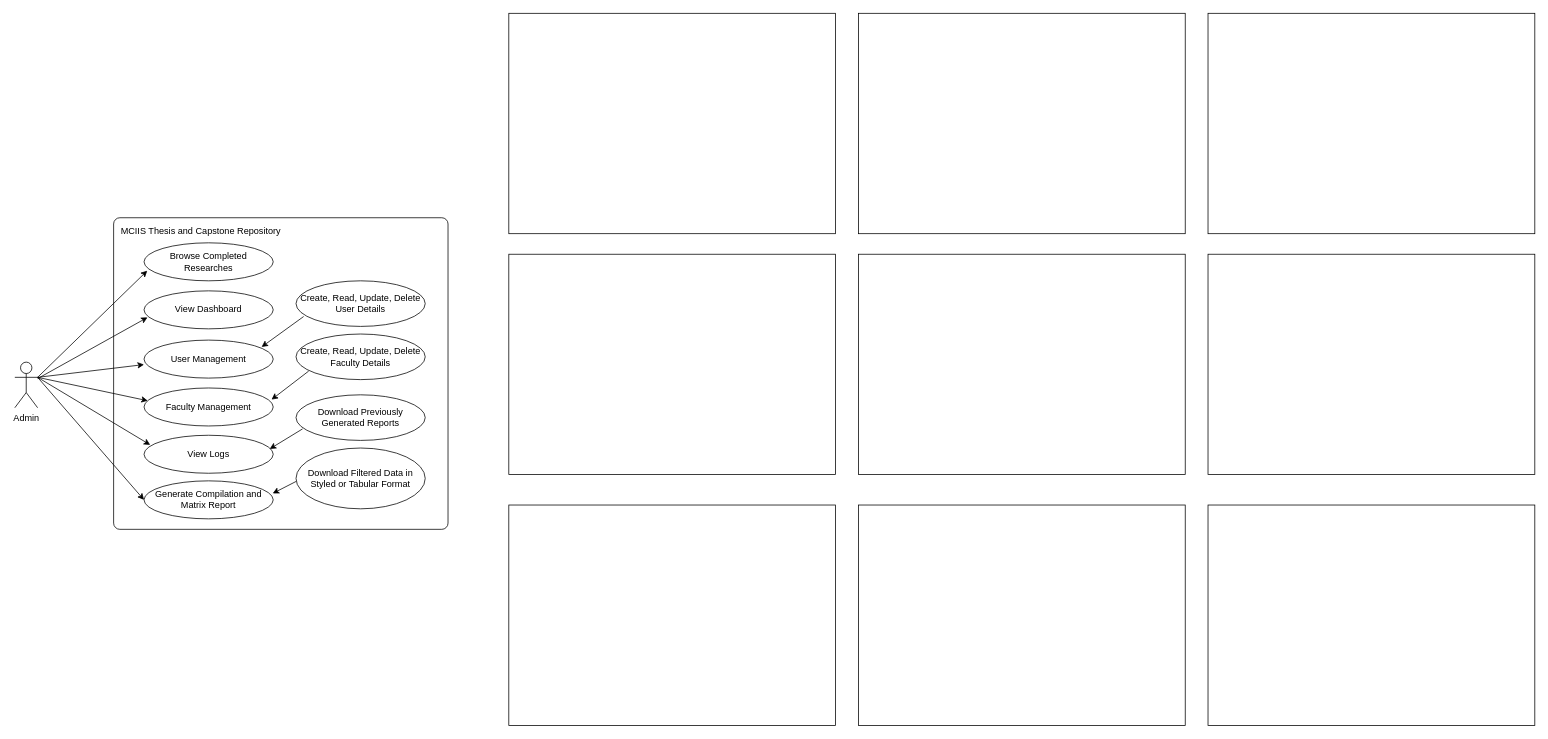
Earlier version of the draw.io diagram page "admin" (1 of 4) of user_flow_diagram.drawio (reynchick/mciistcrepo). Source tidied: cells renumbered, new cells numbered last; positions are measured from the earlier drawing's top-left corner, leaving out a move shared by most shapes. Both pictures are drawn from the tidied source at 76%, with x=0, y=0 at pixel (14, 13).
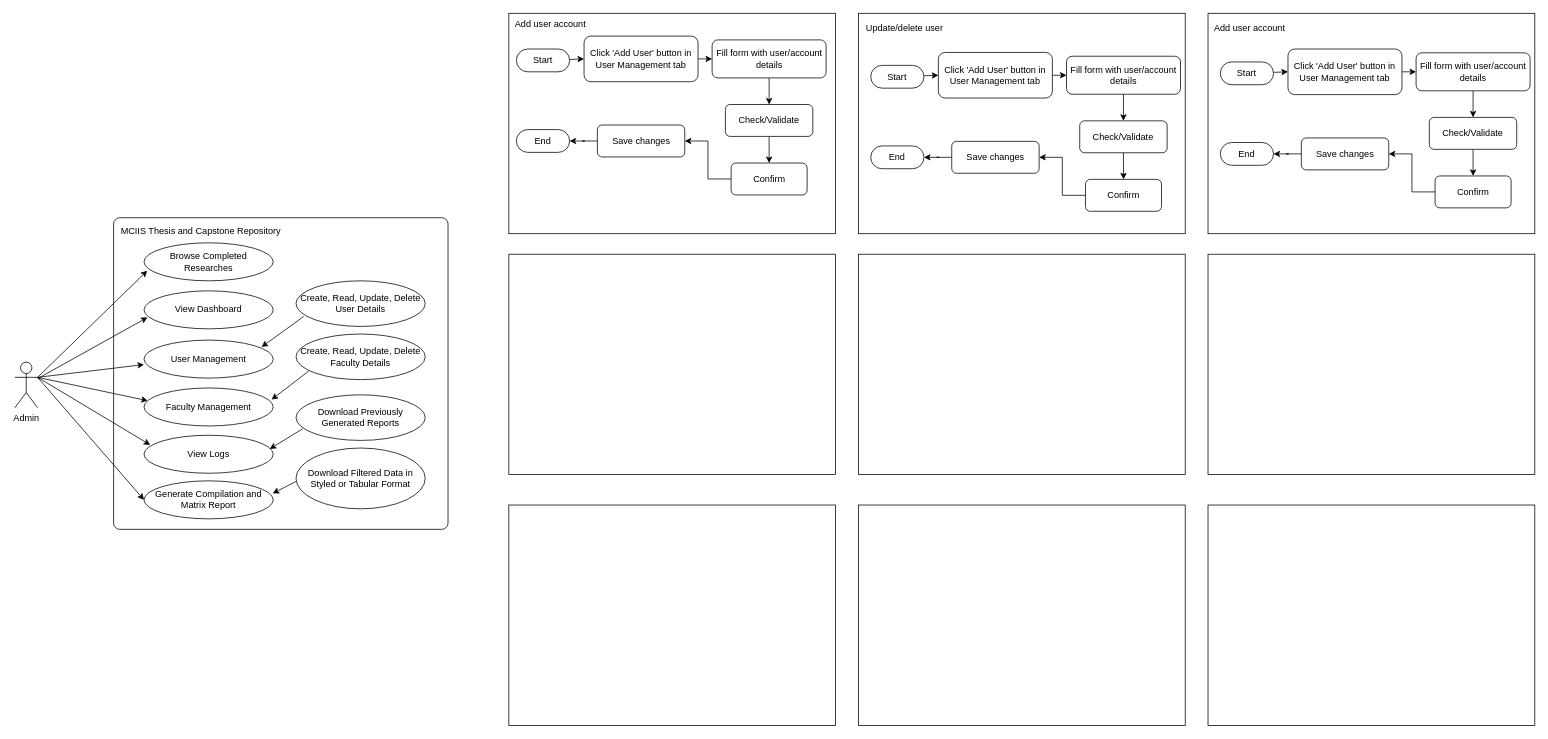
After the change.

Diff of the diagram source:
```diff
@@
+    <mxCell id="34" style="edgeStyle=none;rounded=0;jettySize=auto;html=1;entryX=0;entryY=0.5;entryDx=0;entryDy=0;" parent="1" edge="1" source="35" target="38">
+      <mxGeometry relative="1" as="geometry" />
+    </mxCell>
+    <mxCell id="35" value="Start" style="rounded=1;whiteSpace=wrap;html=1;arcSize=50;" parent="1" vertex="1">
+      <mxGeometry x="660" y="47" width="70" height="30" as="geometry" />
+    </mxCell>
+    <mxCell id="36" value="Add user account" style="text;html=1;whiteSpace=wrap;strokeColor=none;fillColor=none;align=center;verticalAlign=middle;rounded=0;" parent="1" vertex="1">
+      <mxGeometry x="650" width="110" height="30" as="geometry" />
+    </mxCell>
+    <mxCell id="37" style="edgeStyle=none;rounded=0;jettySize=auto;html=1;exitX=1;exitY=0.5;exitDx=0;exitDy=0;entryX=0;entryY=0.5;entryDx=0;entryDy=0;" parent="1" edge="1" source="38" target="40">
+      <mxGeometry relative="1" as="geometry" />
+    </mxCell>
+    <mxCell id="38" value="Click 'Add User' button in User Management tab" style="rounded=1;whiteSpace=wrap;html=1;" parent="1" vertex="1">
+      <mxGeometry x="749" y="30" width="150" height="60" as="geometry" />
+    </mxCell>
+    <mxCell id="39" style="edgeStyle=none;rounded=0;jettySize=auto;html=1;" parent="1" edge="1" source="40" target="42">
+      <mxGeometry relative="1" as="geometry" />
+    </mxCell>
+    <mxCell id="40" value="Fill form with user/account details" style="rounded=1;whiteSpace=wrap;html=1;" parent="1" vertex="1">
+      <mxGeometry x="917.5" y="35" width="150" height="50" as="geometry" />
+    </mxCell>
+    <mxCell id="41" style="edgeStyle=none;rounded=0;jettySize=auto;html=1;entryX=0.5;entryY=0;entryDx=0;entryDy=0;" parent="1" edge="1" source="42" target="44">
+      <mxGeometry relative="1" as="geometry" />
+    </mxCell>
+    <mxCell id="42" value="Check/Validate" style="rounded=1;whiteSpace=wrap;html=1;" parent="1" vertex="1">
+      <mxGeometry x="935" y="120" width="115" height="42" as="geometry" />
+    </mxCell>
+    <mxCell id="43" style="edgeStyle=orthogonalEdgeStyle;rounded=0;jettySize=auto;html=1;entryX=1;entryY=0.5;entryDx=0;entryDy=0;" parent="1" edge="1" source="44" target="47">
+      <mxGeometry relative="1" as="geometry" />
+    </mxCell>
+    <mxCell id="44" value="Confirm" style="rounded=1;whiteSpace=wrap;html=1;" parent="1" vertex="1">
+      <mxGeometry x="942.5" y="197" width="100" height="42" as="geometry" />
+    </mxCell>
+    <mxCell id="45" value="End" style="rounded=1;whiteSpace=wrap;html=1;arcSize=50;" parent="1" vertex="1">
+      <mxGeometry x="660" y="153" width="70" height="30" as="geometry" />
+    </mxCell>
+    <mxCell id="46" style="edgeStyle=orthogonalEdgeStyle;rounded=0;jettySize=auto;html=1;" parent="1" edge="1" source="47" target="45">
+      <mxGeometry relative="1" as="geometry" />
+    </mxCell>
+    <mxCell id="47" value="Save changes" style="rounded=1;whiteSpace=wrap;html=1;" parent="1" vertex="1">
+      <mxGeometry x="766.5" y="147" width="115" height="42" as="geometry" />
+    </mxCell>
+    <mxCell id="48" style="edgeStyle=none;rounded=0;jettySize=auto;html=1;entryX=0;entryY=0.5;entryDx=0;entryDy=0;" parent="1" edge="1" source="49" target="52">
+      <mxGeometry relative="1" as="geometry" />
+    </mxCell>
+    <mxCell id="49" value="Start" style="rounded=1;whiteSpace=wrap;html=1;arcSize=50;" parent="1" vertex="1">
+      <mxGeometry x="1126.2" y="68.5" width="70" height="30" as="geometry" />
+    </mxCell>
+    <mxCell id="50" value="Update/delete user" style="text;html=1;whiteSpace=wrap;strokeColor=none;fillColor=none;align=center;verticalAlign=middle;rounded=0;" parent="1" vertex="1">
+      <mxGeometry x="1116.2" y="5" width="110" height="30" as="geometry" />
+    </mxCell>
+    <mxCell id="51" style="edgeStyle=none;rounded=0;jettySize=auto;html=1;exitX=1;exitY=0.5;exitDx=0;exitDy=0;entryX=0;entryY=0.5;entryDx=0;entryDy=0;" parent="1" edge="1" source="52" target="54">
+      <mxGeometry relative="1" as="geometry" />
+    </mxCell>
+    <mxCell id="52" value="Click 'Add User' button in User Management tab" style="rounded=1;whiteSpace=wrap;html=1;" parent="1" vertex="1">
+      <mxGeometry x="1215.2" y="51.5" width="150" height="60" as="geometry" />
+    </mxCell>
+    <mxCell id="53" style="edgeStyle=none;rounded=0;jettySize=auto;html=1;" parent="1" edge="1" source="54" target="56">
+      <mxGeometry relative="1" as="geometry" />
+    </mxCell>
+    <mxCell id="54" value="Fill form with user/account details" style="rounded=1;whiteSpace=wrap;html=1;" parent="1" vertex="1">
+      <mxGeometry x="1383.8" y="56.5" width="150" height="50" as="geometry" />
+    </mxCell>
+    <mxCell id="55" style="edgeStyle=none;rounded=0;jettySize=auto;html=1;entryX=0.5;entryY=0;entryDx=0;entryDy=0;" parent="1" edge="1" source="56" target="58">
+      <mxGeometry relative="1" as="geometry" />
+    </mxCell>
+    <mxCell id="56" value="Check/Validate" style="rounded=1;whiteSpace=wrap;html=1;" parent="1" vertex="1">
+      <mxGeometry x="1401.2" y="141.5" width="115" height="42" as="geometry" />
+    </mxCell>
+    <mxCell id="57" style="edgeStyle=orthogonalEdgeStyle;rounded=0;jettySize=auto;html=1;entryX=1;entryY=0.5;entryDx=0;entryDy=0;" parent="1" edge="1" source="58" target="61">
+      <mxGeometry relative="1" as="geometry" />
+    </mxCell>
+    <mxCell id="58" value="Confirm" style="rounded=1;whiteSpace=wrap;html=1;" parent="1" vertex="1">
+      <mxGeometry x="1408.8" y="218.5" width="100" height="42" as="geometry" />
+    </mxCell>
+    <mxCell id="59" value="End" style="rounded=1;whiteSpace=wrap;html=1;arcSize=50;" parent="1" vertex="1">
+      <mxGeometry x="1126.2" y="174.5" width="70" height="30" as="geometry" />
+    </mxCell>
+    <mxCell id="60" style="edgeStyle=orthogonalEdgeStyle;rounded=0;jettySize=auto;html=1;" parent="1" edge="1" source="61" target="59">
+      <mxGeometry relative="1" as="geometry" />
+    </mxCell>
+    <mxCell id="61" value="Save changes" style="rounded=1;whiteSpace=wrap;html=1;" parent="1" vertex="1">
+      <mxGeometry x="1232.8" y="168.5" width="115" height="42" as="geometry" />
+    </mxCell>
+    <mxCell id="62" style="edgeStyle=none;rounded=0;jettySize=auto;html=1;entryX=0;entryY=0.5;entryDx=0;entryDy=0;" parent="1" edge="1" source="63" target="66">
+      <mxGeometry relative="1" as="geometry" />
+    </mxCell>
+    <mxCell id="63" value="Start" style="rounded=1;whiteSpace=wrap;html=1;arcSize=50;" parent="1" vertex="1">
+      <mxGeometry x="1586.2" y="64" width="70" height="30" as="geometry" />
+    </mxCell>
+    <mxCell id="64" value="Add user account" style="text;html=1;whiteSpace=wrap;strokeColor=none;fillColor=none;align=center;verticalAlign=middle;rounded=0;" parent="1" vertex="1">
+      <mxGeometry x="1570" y="5" width="110" height="30" as="geometry" />
+    </mxCell>
+    <mxCell id="65" style="edgeStyle=none;rounded=0;jettySize=auto;html=1;exitX=1;exitY=0.5;exitDx=0;exitDy=0;entryX=0;entryY=0.5;entryDx=0;entryDy=0;" parent="1" edge="1" source="66" target="68">
+      <mxGeometry relative="1" as="geometry" />
+    </mxCell>
+    <mxCell id="66" value="Click 'Add User' button in User Management tab" style="rounded=1;whiteSpace=wrap;html=1;" parent="1" vertex="1">
+      <mxGeometry x="1675.2" y="47" width="150" height="60" as="geometry" />
+    </mxCell>
+    <mxCell id="67" style="edgeStyle=none;rounded=0;jettySize=auto;html=1;" parent="1" edge="1" source="68" target="70">
+      <mxGeometry relative="1" as="geometry" />
+    </mxCell>
+    <mxCell id="68" value="Fill form with user/account details" style="rounded=1;whiteSpace=wrap;html=1;" parent="1" vertex="1">
+      <mxGeometry x="1843.8" y="52" width="150" height="50" as="geometry" />
+    </mxCell>
+    <mxCell id="69" style="edgeStyle=none;rounded=0;jettySize=auto;html=1;entryX=0.5;entryY=0;entryDx=0;entryDy=0;" parent="1" edge="1" source="70" target="72">
+      <mxGeometry relative="1" as="geometry" />
+    </mxCell>
+    <mxCell id="70" value="Check/Validate" style="rounded=1;whiteSpace=wrap;html=1;" parent="1" vertex="1">
+      <mxGeometry x="1861.2" y="137" width="115" height="42" as="geometry" />
+    </mxCell>
+    <mxCell id="71" style="edgeStyle=orthogonalEdgeStyle;rounded=0;jettySize=auto;html=1;entryX=1;entryY=0.5;entryDx=0;entryDy=0;" parent="1" edge="1" source="72" target="75">
+      <mxGeometry relative="1" as="geometry" />
+    </mxCell>
+    <mxCell id="72" value="Confirm" style="rounded=1;whiteSpace=wrap;html=1;" parent="1" vertex="1">
+      <mxGeometry x="1868.8" y="214" width="100" height="42" as="geometry" />
+    </mxCell>
+    <mxCell id="73" value="End" style="rounded=1;whiteSpace=wrap;html=1;arcSize=50;" parent="1" vertex="1">
+      <mxGeometry x="1586.2" y="170" width="70" height="30" as="geometry" />
+    </mxCell>
+    <mxCell id="74" style="edgeStyle=orthogonalEdgeStyle;rounded=0;jettySize=auto;html=1;" parent="1" edge="1" source="75" target="73">
+      <mxGeometry relative="1" as="geometry" />
+    </mxCell>
+    <mxCell id="75" value="Save changes" style="rounded=1;whiteSpace=wrap;html=1;" parent="1" vertex="1">
+      <mxGeometry x="1692.8" y="164" width="115" height="42" as="geometry" />
+    </mxCell>
```
